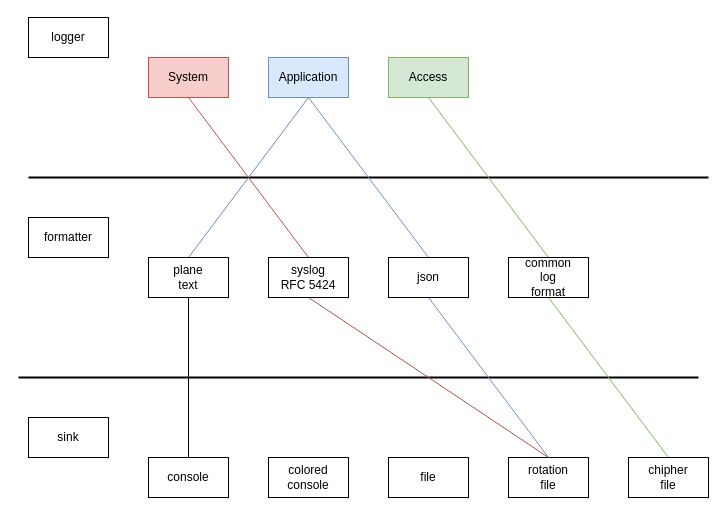
Earlier version of the draw.io diagram page "logger" (1 of 2) of logger/doc/specific_img/specific.drawio (Riliumph/cpp_util). Source tidied: cells renumbered, new cells numbered last; positions are measured from the earlier drawing's top-left corner, leaving out a move shared by most shapes. Both pictures are drawn from the tidied source at 100%, with x=0, y=0 at pixel (18, 17).
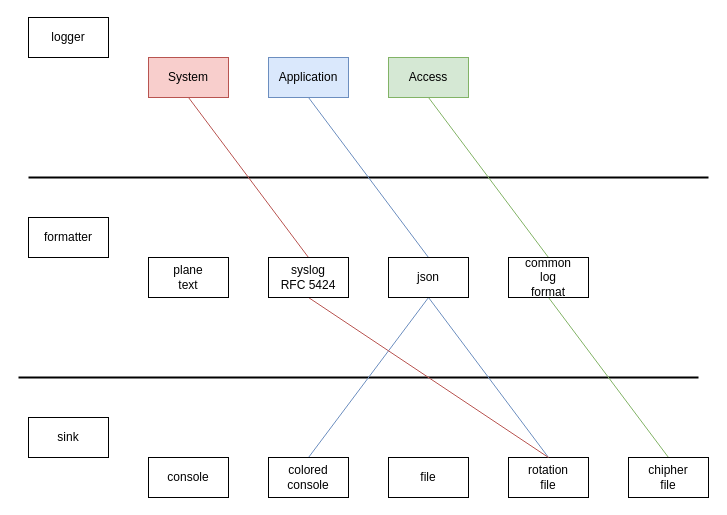
The same diagram, later.

Unchanged cells that the change refers to:
```xml
<mxCell id="5" value="console" style="rounded=0;whiteSpace=wrap;html=1;" parent="1" vertex="1">
  <mxGeometry x="130" y="440" width="80" height="40" as="geometry" />
</mxCell>
<mxCell id="11" value="Application" style="rounded=0;whiteSpace=wrap;html=1;fillColor=#dae8fc;strokeColor=#6c8ebf;" parent="1" vertex="1">
  <mxGeometry x="250" y="40" width="80" height="40" as="geometry" />
</mxCell>
<mxCell id="17" value="json" style="rounded=0;whiteSpace=wrap;html=1;" parent="1" vertex="1">
  <mxGeometry x="370" y="240" width="80" height="40" as="geometry" />
</mxCell>
<mxCell id="19" value="plane&lt;div&gt;text&lt;/div&gt;" style="rounded=0;whiteSpace=wrap;html=1;" parent="1" vertex="1">
  <mxGeometry x="130" y="240" width="80" height="40" as="geometry" />
</mxCell>
<mxCell id="24" value="colored&lt;div&gt;console&lt;/div&gt;" style="rounded=0;whiteSpace=wrap;html=1;" parent="1" vertex="1">
  <mxGeometry x="250" y="440" width="80" height="40" as="geometry" />
</mxCell>
```

What changed in the source:
```diff
@@
-    <mxCell id="9" style="rounded=0;jettySize=auto;html=1;exitX=0.5;exitY=1;exitDx=0;exitDy=0;entryX=0.5;entryY=0;entryDx=0;entryDy=0;endArrow=none;startFill=0;fillColor=#dae8fc;strokeColor=#6c8ebf;" parent="1" edge="1" source="11" target="19">
-      <mxGeometry relative="1" as="geometry" />
-    </mxCell>
@@
+    <mxCell id="27" style="rounded=0;jettySize=auto;html=1;exitX=0.5;exitY=1;exitDx=0;exitDy=0;entryX=0.5;entryY=0;entryDx=0;entryDy=0;endArrow=none;startFill=0;fillColor=#dae8fc;strokeColor=#6c8ebf;" parent="1" edge="1" source="17" target="24">
+      <mxGeometry relative="1" as="geometry" />
+    </mxCell>
@@
-    <mxCell id="18" style="rounded=0;jettySize=auto;html=1;exitX=0.5;exitY=1;exitDx=0;exitDy=0;entryX=0.5;entryY=0;entryDx=0;entryDy=0;endArrow=none;startFill=0;" parent="1" edge="1" source="19" target="5">
-      <mxGeometry relative="1" as="geometry" />
-    </mxCell>
```
